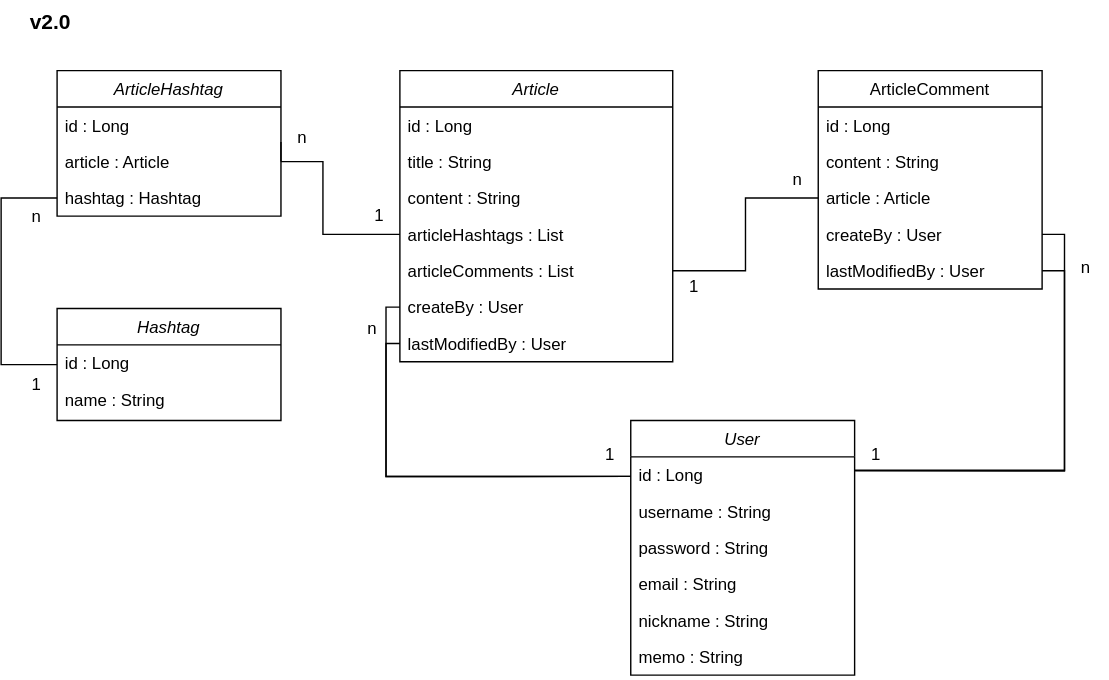
Earlier version of the draw.io export document/project-board_CLASS_v2.svg (mykim8710/project-board). Source tidied: cells renumbered, new cells last; positions are measured from the earlier drawing's top-left corner, leaving out a move shared by most shapes.
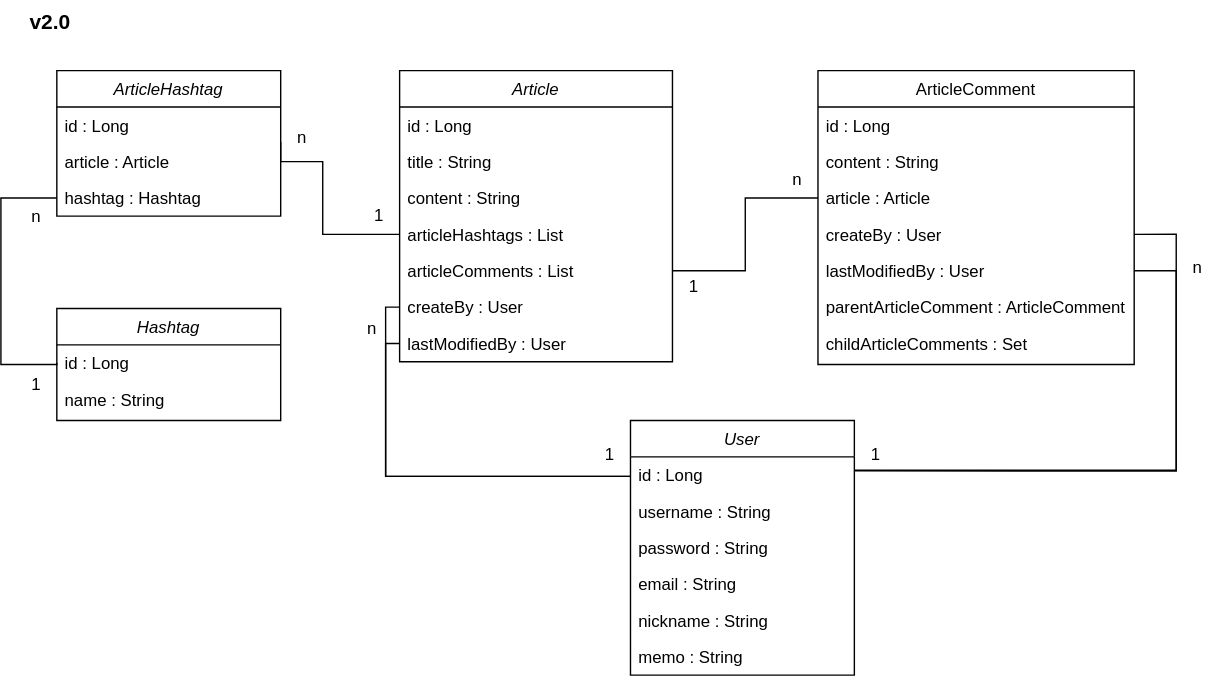
After the change.

Commit message:
#57 - 댓글기능 고도화에 따른 클래스다이어그램 svg v2 수정

Diff of the diagram source:
```diff
@@ -51,131 +51,137 @@
       <mxGeometry y="182" width="195" height="26" as="geometry" />
     </mxCell>
     <mxCell id="18" value="ArticleComment" style="swimlane;fontStyle=0;align=center;verticalAlign=top;horizontal=1;startSize=26;rounded=0;shadow=0;strokeWidth=1;" parent="1" vertex="1">
-      <mxGeometry x="584" y="50" width="160" height="156" as="geometry" />
+      <mxGeometry x="584" y="50" width="226" height="210" as="geometry" />
     </mxCell>
     <mxCell id="19" value="id : Long" style="text;align=left;verticalAlign=top;spacingLeft=4;spacingRight=4;overflow=hidden;" parent="18" vertex="1">
-      <mxGeometry y="26" width="160" height="26" as="geometry" />
+      <mxGeometry y="26" width="226" height="26" as="geometry" />
     </mxCell>
     <mxCell id="20" value="content : String" style="text;align=left;verticalAlign=top;spacingLeft=4;spacingRight=4;overflow=hidden;rounded=0;shadow=0;html=0;" parent="18" vertex="1">
-      <mxGeometry y="52" width="160" height="26" as="geometry" />
+      <mxGeometry y="52" width="226" height="26" as="geometry" />
     </mxCell>
     <mxCell id="21" value="article : Article" style="text;align=left;verticalAlign=top;spacingLeft=4;spacingRight=4;overflow=hidden;points=[[0,0.5],[1,0.5]];portConstraint=eastwest;rounded=0;shadow=0;html=0;" parent="18" vertex="1">
-      <mxGeometry y="78" width="160" height="26" as="geometry" />
+      <mxGeometry y="78" width="226" height="26" as="geometry" />
     </mxCell>
     <mxCell id="22" value="createBy : User" style="text;align=left;verticalAlign=top;spacingLeft=4;spacingRight=4;overflow=hidden;points=[[0,0.5],[1,0.5]];portConstraint=eastwest;rounded=0;shadow=0;html=0;" parent="18" vertex="1">
-      <mxGeometry y="104" width="160" height="26" as="geometry" />
+      <mxGeometry y="104" width="226" height="26" as="geometry" />
     </mxCell>
     <mxCell id="23" value="lastModifiedBy : User" style="text;align=left;verticalAlign=top;spacingLeft=4;spacingRight=4;overflow=hidden;points=[[0,0.5],[1,0.5]];portConstraint=eastwest;rounded=0;shadow=0;html=0;" parent="18" vertex="1">
-      <mxGeometry y="130" width="160" height="26" as="geometry" />
+      <mxGeometry y="130" width="226" height="26" as="geometry" />
     </mxCell>
-    <mxCell id="24" value="User" style="swimlane;fontStyle=2;align=center;verticalAlign=top;horizontal=1;startSize=26;rounded=0;shadow=0;strokeWidth=1;" parent="1" vertex="1">
-      <mxGeometry x="450" y="300" width="160" height="182" as="geometry" />
+    <mxCell id="24" value="parentArticleComment : ArticleComment" style="text;align=left;verticalAlign=top;spacingLeft=4;spacingRight=4;overflow=hidden;rounded=0;shadow=0;html=0;" parent="18" vertex="1">
+      <mxGeometry y="156" width="226" height="26" as="geometry" />
     </mxCell>
-    <mxCell id="25" value="id : Long" style="text;align=left;verticalAlign=top;spacingLeft=4;spacingRight=4;overflow=hidden;points=[[0,0.5],[1,0.5]];portConstraint=eastwest;" parent="24" vertex="1">
-      <mxGeometry y="26" width="160" height="26" as="geometry" />
+    <mxCell id="25" value="childArticleComments : Set" style="text;align=left;verticalAlign=top;spacingLeft=4;spacingRight=4;overflow=hidden;points=[[0,0.5],[1,0.5]];portConstraint=eastwest;rounded=0;shadow=0;html=0;" parent="18" vertex="1">
+      <mxGeometry y="182" width="226" height="26" as="geometry" />
     </mxCell>
-    <mxCell id="26" value="username : String" style="text;align=left;verticalAlign=top;spacingLeft=4;spacingRight=4;overflow=hidden;rounded=0;shadow=0;html=0;" parent="24" vertex="1">
-      <mxGeometry y="52" width="160" height="26" as="geometry" />
+    <mxCell id="26" value="User" style="swimlane;fontStyle=2;align=center;verticalAlign=top;horizontal=1;startSize=26;rounded=0;shadow=0;strokeWidth=1;" parent="1" vertex="1">
+      <mxGeometry x="450" y="300" width="160" height="182" as="geometry" />
     </mxCell>
-    <mxCell id="27" value="password : String" style="text;align=left;verticalAlign=top;spacingLeft=4;spacingRight=4;overflow=hidden;points=[[0,0.5],[1,0.5]];portConstraint=eastwest;rounded=0;shadow=0;html=0;" parent="24" vertex="1">
-      <mxGeometry y="78" width="160" height="26" as="geometry" />
+    <mxCell id="27" value="id : Long" style="text;align=left;verticalAlign=top;spacingLeft=4;spacingRight=4;overflow=hidden;points=[[0,0.5],[1,0.5]];portConstraint=eastwest;" parent="26" vertex="1">
+      <mxGeometry y="26" width="160" height="26" as="geometry" />
     </mxCell>
-    <mxCell id="28" value="email : String" style="text;align=left;verticalAlign=top;spacingLeft=4;spacingRight=4;overflow=hidden;rounded=0;shadow=0;html=0;" parent="24" vertex="1">
-      <mxGeometry y="104" width="160" height="26" as="geometry" />
+    <mxCell id="28" value="username : String" style="text;align=left;verticalAlign=top;spacingLeft=4;spacingRight=4;overflow=hidden;rounded=0;shadow=0;html=0;" parent="26" vertex="1">
+      <mxGeometry y="52" width="160" height="26" as="geometry" />
     </mxCell>
-    <mxCell id="29" value="nickname : String" style="text;align=left;verticalAlign=top;spacingLeft=4;spacingRight=4;overflow=hidden;rounded=0;shadow=0;html=0;" parent="24" vertex="1">
-      <mxGeometry y="130" width="160" height="26" as="geometry" />
+    <mxCell id="29" value="password : String" style="text;align=left;verticalAlign=top;spacingLeft=4;spacingRight=4;overflow=hidden;rounded=0;shadow=0;html=0;" parent="26" vertex="1">
+      <mxGeometry y="78" width="160" height="26" as="geometry" />
     </mxCell>
-    <mxCell id="30" value="memo : String" style="text;align=left;verticalAlign=top;spacingLeft=4;spacingRight=4;overflow=hidden;rounded=0;shadow=0;html=0;" parent="24" vertex="1">
-      <mxGeometry y="156" width="160" height="26" as="geometry" />
+    <mxCell id="30" value="email : String" style="text;align=left;verticalAlign=top;spacingLeft=4;spacingRight=4;overflow=hidden;rounded=0;shadow=0;html=0;" parent="26" vertex="1">
+      <mxGeometry y="104" width="160" height="26" as="geometry" />
     </mxCell>
-    <mxCell id="31" style="endArrow=none;html=1;rounded=0;exitX=1;exitY=0.5;exitDx=0;exitDy=0;entryX=0;entryY=0.5;entryDx=0;entryDy=0;edgeStyle=orthogonalEdgeStyle;" parent="1" edge="1" source="15" target="21">
-      <mxGeometry relative="1" as="geometry" />
+    <mxCell id="31" value="nickname : String" style="text;align=left;verticalAlign=top;spacingLeft=4;spacingRight=4;overflow=hidden;rounded=0;shadow=0;html=0;" parent="26" vertex="1">
+      <mxGeometry y="130" width="160" height="26" as="geometry" />
     </mxCell>
-    <mxCell id="32" value="1" style="text;html=1;align=center;verticalAlign=middle;strokeColor=none;fillColor=none;" parent="1" vertex="1">
-      <mxGeometry x="480" y="190" width="30" height="30" as="geometry" />
+    <mxCell id="32" value="memo : String" style="text;align=left;verticalAlign=top;spacingLeft=4;spacingRight=4;overflow=hidden;rounded=0;shadow=0;html=0;" parent="26" vertex="1">
+      <mxGeometry y="156" width="160" height="26" as="geometry" />
     </mxCell>
-    <mxCell id="33" value="n" style="text;html=1;align=center;verticalAlign=middle;strokeColor=none;fillColor=none;" parent="1" vertex="1">
-      <mxGeometry x="554" y="113" width="30" height="30" as="geometry" />
+    <mxCell id="33" style="endArrow=none;html=1;rounded=0;exitX=1;exitY=0.5;exitDx=0;exitDy=0;entryX=0;entryY=0.5;entryDx=0;entryDy=0;edgeStyle=orthogonalEdgeStyle;" parent="1" edge="1" source="15" target="21">
+      <mxGeometry relative="1" as="geometry" />
     </mxCell>
     <mxCell id="34" value="1" style="text;html=1;align=center;verticalAlign=middle;strokeColor=none;fillColor=none;" parent="1" vertex="1">
-      <mxGeometry x="420" y="310" width="30" height="30" as="geometry" />
+      <mxGeometry x="480" y="190" width="30" height="30" as="geometry" />
     </mxCell>
-    <mxCell id="35" style="endArrow=none;html=1;rounded=0;entryX=0.999;entryY=0.368;entryDx=0;entryDy=0;edgeStyle=orthogonalEdgeStyle;exitX=1;exitY=0.5;exitDx=0;exitDy=0;entryPerimeter=0;" parent="1" edge="1" source="22" target="25">
-      <mxGeometry relative="1" as="geometry">
-        <Array as="points">
-          <mxPoint x="760" y="167" />
-          <mxPoint x="760" y="336" />
-        </Array>
-      </mxGeometry>
+    <mxCell id="35" value="n" style="text;html=1;align=center;verticalAlign=middle;strokeColor=none;fillColor=none;" parent="1" vertex="1">
+      <mxGeometry x="554" y="113" width="30" height="30" as="geometry" />
     </mxCell>
     <mxCell id="36" value="1" style="text;html=1;align=center;verticalAlign=middle;points=[];strokeColor=none;fillColor=none;" parent="1" vertex="1">
-      <mxGeometry x="610" y="310" width="30" height="30" as="geometry" />
+      <mxGeometry x="420" y="310" width="30" height="30" as="geometry" />
     </mxCell>
-    <mxCell id="37" value="n" style="text;html=1;align=center;verticalAlign=middle;strokeColor=none;fillColor=none;" parent="1" vertex="1">
-      <mxGeometry x="760" y="176" width="30" height="30" as="geometry" />
+    <mxCell id="37" style="endArrow=none;html=1;rounded=0;entryX=0.999;entryY=0.368;entryDx=0;entryDy=0;edgeStyle=orthogonalEdgeStyle;exitX=1;exitY=0.5;exitDx=0;exitDy=0;entryPerimeter=0;" parent="1" edge="1" source="22" target="27">
+      <mxGeometry relative="1" as="geometry">
+        <Array as="points">
+          <mxPoint x="840" y="167" />
+          <mxPoint x="840" y="336" />
+        </Array>
+      </mxGeometry>
     </mxCell>
-    <mxCell id="38" style="endArrow=none;html=1;rounded=0;entryX=0.011;entryY=0.869;entryDx=0;entryDy=0;edgeStyle=orthogonalEdgeStyle;entryPerimeter=0;exitX=1;exitY=0.5;exitDx=0;exitDy=0;" parent="1" edge="1" source="23" target="36">
-      <mxGeometry relative="1" as="geometry">
-        <Array as="points">
-          <mxPoint x="760" y="193" />
-          <mxPoint x="760" y="336" />
-        </Array>
-      </mxGeometry>
+    <mxCell id="38" value="1" style="text;html=1;align=center;verticalAlign=middle;points=[];strokeColor=none;fillColor=none;" parent="1" vertex="1">
+      <mxGeometry x="610" y="310" width="30" height="30" as="geometry" />
     </mxCell>
-    <mxCell id="39" style="endArrow=none;html=1;rounded=0;entryX=-0.001;entryY=0.537;entryDx=0;entryDy=0;edgeStyle=orthogonalEdgeStyle;exitX=0;exitY=0.5;exitDx=0;exitDy=0;entryPerimeter=0;" parent="1" edge="1" source="16" target="25">
-      <mxGeometry relative="1" as="geometry">
-        <Array as="points">
-          <mxPoint x="275" y="219" />
-          <mxPoint x="275" y="340" />
-        </Array>
-      </mxGeometry>
+    <mxCell id="39" value="n" style="text;html=1;align=center;verticalAlign=middle;strokeColor=none;fillColor=none;" parent="1" vertex="1">
+      <mxGeometry x="840" y="176" width="30" height="30" as="geometry" />
     </mxCell>
-    <mxCell id="40" style="endArrow=none;html=1;rounded=0;entryX=0;entryY=0.538;entryDx=0;entryDy=0;edgeStyle=orthogonalEdgeStyle;exitX=0;exitY=0.5;exitDx=0;exitDy=0;entryPerimeter=0;" parent="1" edge="1" source="17" target="25">
+    <mxCell id="40" style="endArrow=none;html=1;rounded=0;entryX=0.011;entryY=0.869;entryDx=0;entryDy=0;edgeStyle=orthogonalEdgeStyle;entryPerimeter=0;exitX=1;exitY=0.5;exitDx=0;exitDy=0;" parent="1" edge="1" source="23" target="38">
       <mxGeometry relative="1" as="geometry">
         <Array as="points">
-          <mxPoint x="275" y="245" />
-          <mxPoint x="275" y="340" />
+          <mxPoint x="840" y="193" />
+          <mxPoint x="840" y="336" />
         </Array>
       </mxGeometry>
     </mxCell>
-    <mxCell id="41" value="n" style="text;html=1;align=center;verticalAlign=middle;strokeColor=none;fillColor=none;" parent="1" vertex="1">
-      <mxGeometry x="250" y="220" width="30" height="30" as="geometry" />
+    <mxCell id="41" style="endArrow=none;html=1;rounded=0;entryX=-0.001;entryY=0.537;entryDx=0;entryDy=0;edgeStyle=orthogonalEdgeStyle;exitX=0;exitY=0.5;exitDx=0;exitDy=0;entryPerimeter=0;" parent="1" edge="1" source="16" target="27">
+      <mxGeometry relative="1" as="geometry">
+        <Array as="points">
+          <mxPoint x="275" y="219" />
+          <mxPoint x="275" y="340" />
+        </Array>
+      </mxGeometry>
     </mxCell>
-    <mxCell id="42" style="endArrow=none;html=1;rounded=0;entryX=0;entryY=0.5;entryDx=0;entryDy=0;edgeStyle=orthogonalEdgeStyle;exitX=0;exitY=0.5;exitDx=0;exitDy=0;" parent="1" edge="1" source="9" target="4">
+    <mxCell id="42" style="endArrow=none;html=1;rounded=0;entryX=0;entryY=0.538;entryDx=0;entryDy=0;edgeStyle=orthogonalEdgeStyle;exitX=0;exitY=0.5;exitDx=0;exitDy=0;entryPerimeter=0;" parent="1" edge="1" source="17" target="27">
       <mxGeometry relative="1" as="geometry">
         <Array as="points">
-          <mxPoint y="141" />
-          <mxPoint y="260" />
-          <mxPoint x="40" y="260" />
+          <mxPoint x="275" y="245" />
+          <mxPoint x="275" y="340" />
         </Array>
       </mxGeometry>
     </mxCell>
     <mxCell id="43" value="n" style="text;html=1;align=center;verticalAlign=middle;strokeColor=none;fillColor=none;" parent="1" vertex="1">
-      <mxGeometry x="10" y="140" width="30" height="30" as="geometry" />
+      <mxGeometry x="250" y="220" width="30" height="30" as="geometry" />
     </mxCell>
-    <mxCell id="44" value="1" style="text;html=1;align=center;verticalAlign=middle;strokeColor=none;fillColor=none;" parent="1" vertex="1">
-      <mxGeometry x="10" y="260" width="30" height="30" as="geometry" />
+    <mxCell id="44" style="endArrow=none;html=1;rounded=0;entryX=0;entryY=0.5;entryDx=0;entryDy=0;edgeStyle=orthogonalEdgeStyle;exitX=0;exitY=0.5;exitDx=0;exitDy=0;" parent="1" edge="1" source="9" target="4">
+      <mxGeometry relative="1" as="geometry">
+        <Array as="points">
+          <mxPoint y="141" />
+          <mxPoint y="260" />
+          <mxPoint x="40" y="260" />
+        </Array>
+      </mxGeometry>
     </mxCell>
-    <mxCell id="45" style="endArrow=none;html=1;rounded=0;entryX=0;entryY=0.5;entryDx=0;entryDy=0;edgeStyle=orthogonalEdgeStyle;" parent="1" edge="1" target="14">
-      <mxGeometry relative="1" as="geometry">
-        <mxPoint x="200" y="115" as="sourcePoint" />
-        <Array as="points">
-          <mxPoint x="230" y="115" />
-          <mxPoint x="230" y="167" />
-        </Array>
-      </mxGeometry>
+    <mxCell id="45" value="n" style="text;html=1;align=center;verticalAlign=middle;strokeColor=none;fillColor=none;" parent="1" vertex="1">
+      <mxGeometry x="10" y="140" width="30" height="30" as="geometry" />
     </mxCell>
     <mxCell id="46" value="1" style="text;html=1;align=center;verticalAlign=middle;strokeColor=none;fillColor=none;" parent="1" vertex="1">
-      <mxGeometry x="255" y="139" width="30" height="30" as="geometry" />
+      <mxGeometry x="10" y="260" width="30" height="30" as="geometry" />
     </mxCell>
-    <mxCell id="47" style="endArrow=none;html=1;rounded=0;entryX=0;entryY=0.5;entryDx=0;entryDy=0;edgeStyle=orthogonalEdgeStyle;exitX=1;exitY=0.5;exitDx=0;exitDy=0;" parent="1" edge="1" source="8">
+    <mxCell id="47" style="endArrow=none;html=1;rounded=0;entryX=0;entryY=0.5;entryDx=0;entryDy=0;edgeStyle=orthogonalEdgeStyle;" parent="1" edge="1" target="14">
       <mxGeometry relative="1" as="geometry">
-        <mxPoint x="200" y="101" as="targetPoint" />
+        <mxPoint x="200" y="115" as="sourcePoint" />
+        <Array as="points">
+          <mxPoint x="230" y="115" />
+          <mxPoint x="230" y="167" />
+        </Array>
       </mxGeometry>
     </mxCell>
-    <mxCell id="48" value="n" style="text;html=1;align=center;verticalAlign=middle;strokeColor=none;fillColor=none;" parent="1" vertex="1">
-      <mxGeometry x="200" y="83" width="30" height="30" as="geometry" />
+    <mxCell id="48" value="1" style="text;html=1;align=center;verticalAlign=middle;strokeColor=none;fillColor=none;" parent="1" vertex="1">
+      <mxGeometry x="255" y="139" width="30" height="30" as="geometry" />
     </mxCell>
+    <mxCell id="49" style="endArrow=none;html=1;rounded=0;entryX=0;entryY=0.5;entryDx=0;entryDy=0;edgeStyle=orthogonalEdgeStyle;exitX=1;exitY=0.5;exitDx=0;exitDy=0;" parent="1" edge="1" source="8">
+      <mxGeometry relative="1" as="geometry">
+        <mxPoint x="200" y="101" as="targetPoint" />
+      </mxGeometry>
+    </mxCell>
+    <mxCell id="50" value="n" style="text;html=1;align=center;verticalAlign=middle;strokeColor=none;fillColor=none;" parent="1" vertex="1">
+      <mxGeometry x="200" y="83" width="30" height="30" as="geometry" />
+    </mxCell>
   </root>
 </mxGraphModel>
```
